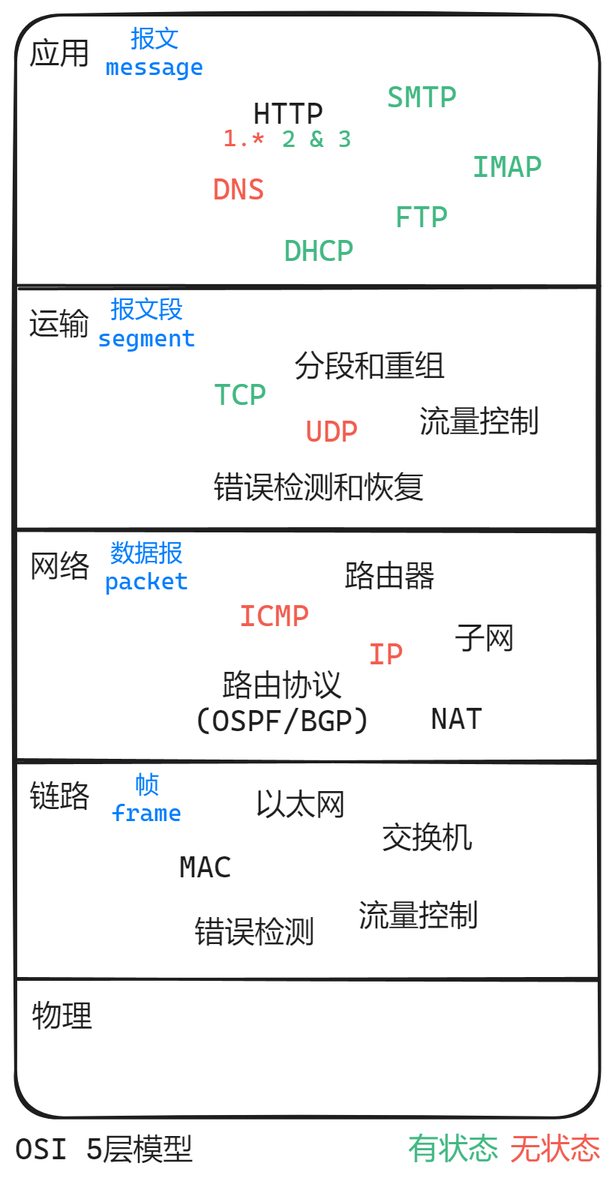
Above: Computer Networking/OSI 5层模型.png in Somnia1337/ExcaliDrawing (Excalidraw), before the change. Source tidied: one line per element, renumbered; positions are measured from the earlier drawing's top-left corner, leaving out a move shared by most shapes.
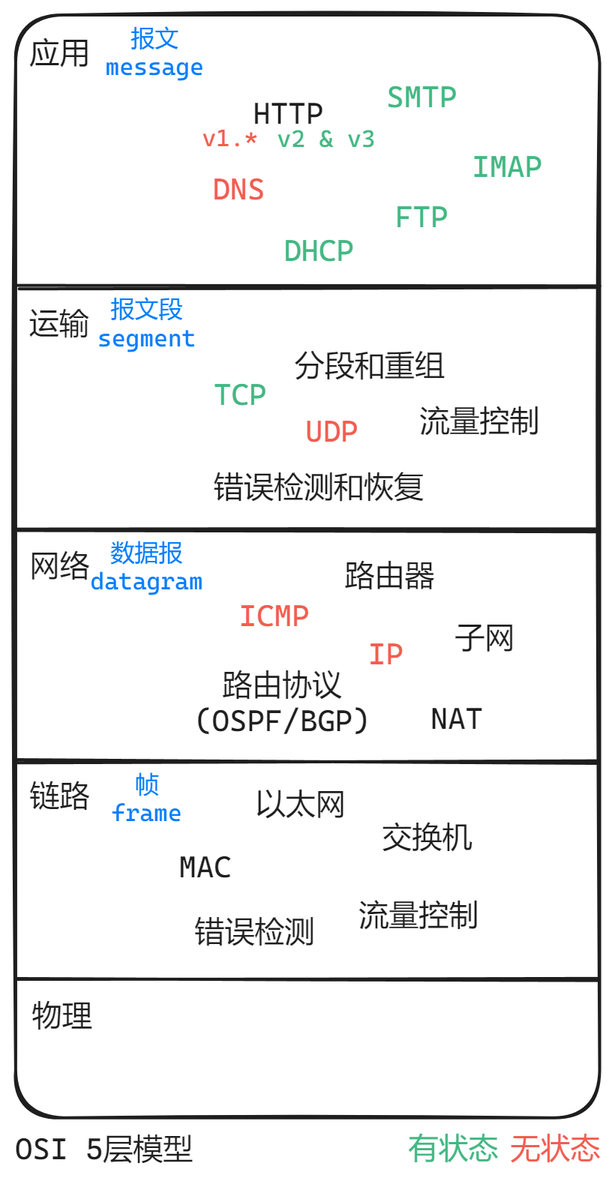
After the commit.

The edit, as a diff of the source:
```diff
@@ -14,7 +14,7 @@
 {"id": 13, "type": "text", "text": "帧\nframe", "strokeColor": "#027dfd", "strokeWidth": 2, "roughness": 1, "fontSize": 16, "fontFamily": 3, "textAlign": "center", "x": 64, "y": 503, "width": 47, "height": 38}
 {"id": 14, "type": "text", "text": "错误检测", "strokeColor": "#1e1e1e", "strokeWidth": 2, "roughness": 1, "fontSize": 20, "fontFamily": 3, "textAlign": "center", "x": 120, "y": 599, "width": 80, "height": 24}
 {"id": 15, "type": "text", "text": "流量控制", "strokeColor": "#1e1e1e", "strokeWidth": 2, "roughness": 1, "fontSize": 20, "fontFamily": 3, "textAlign": "center", "x": 229, "y": 588, "width": 80, "height": 24}
-{"id": 16, "type": "text", "text": "数据报\npacket", "strokeColor": "#027dfd", "strokeWidth": 2, "roughness": 1, "fontSize": 16, "fontFamily": 3, "textAlign": "center", "x": 60, "y": 348, "width": 56, "height": 38}
+{"id": 16, "type": "text", "text": "数据报\ndatagram", "strokeColor": "#027dfd", "strokeWidth": 2, "roughness": 1, "fontSize": 16, "fontFamily": 3, "textAlign": "center", "x": 50, "y": 348, "width": 75, "height": 38}
 {"id": 17, "type": "text", "text": "IP", "strokeColor": "#f25d50", "strokeWidth": 2, "roughness": 1, "fontSize": 20, "fontFamily": 3, "textAlign": "center", "x": 235, "y": 414, "width": 23, "height": 24}
 {"id": 18, "type": "text", "text": "NAT", "strokeColor": "#1e1e1e", "strokeWidth": 2, "roughness": 1, "fontSize": 20, "fontFamily": 3, "textAlign": "center", "x": 277, "y": 457, "width": 35, "height": 24}
 {"id": 19, "type": "text", "text": "路由协议\n(OSPF/BGP)", "strokeColor": "#1e1e1e", "strokeWidth": 2, "roughness": 1, "fontSize": 20, "fontFamily": 3, "textAlign": "center", "x": 120, "y": 434, "width": 117, "height": 48}
@@ -34,8 +34,8 @@
 {"id": 33, "type": "text", "text": "DNS", "strokeColor": "#f25d50", "strokeWidth": 2, "roughness": 1, "fontSize": 20, "fontFamily": 3, "textAlign": "center", "x": 132, "y": 104, "width": 35, "height": 24}
 {"id": 34, "type": "text", "text": "DHCP", "strokeColor": "#42b883", "strokeWidth": 2, "roughness": 1, "fontSize": 20, "fontFamily": 3, "textAlign": "center", "x": 179, "y": 145, "width": 47, "height": 24}
 {"id": 35, "type": "text", "text": "IMAP", "strokeColor": "#42b883", "strokeWidth": 2, "roughness": 1, "fontSize": 20, "fontFamily": 3, "x": 305, "y": 89, "width": 47, "height": 24}
-{"id": 36, "type": "text", "text": "1.*", "strokeColor": "#f25d50", "strokeWidth": 2, "roughness": 1, "fontSize": 16, "fontFamily": 3, "x": 139, "y": 72, "width": 28, "height": 19}
+{"id": 36, "type": "text", "text": "v1.*", "strokeColor": "#f25d50", "strokeWidth": 2, "roughness": 1, "fontSize": 16, "fontFamily": 3, "x": 125, "y": 72, "width": 38, "height": 19}
-{"id": 37, "type": "text", "text": "2 & 3", "strokeColor": "#42b883", "strokeWidth": 2, "roughness": 1, "fontSize": 16, "fontFamily": 3, "x": 178, "y": 73, "width": 47, "height": 19}
+{"id": 37, "type": "text", "text": "v2 & v3", "strokeColor": "#42b883", "strokeWidth": 2, "roughness": 1, "fontSize": 16, "fontFamily": 3, "x": 175, "y": 73, "width": 66, "height": 19}
 {"id": 38, "type": "text", "text": "ICMP", "strokeColor": "#f25d50", "strokeWidth": 2, "roughness": 1, "fontSize": 20, "fontFamily": 3, "x": 149, "y": 388, "width": 47, "height": 24}
 {"id": 39, "type": "text", "text": "有状态", "strokeColor": "#42b883", "strokeWidth": 2, "roughness": 1, "fontSize": 20, "fontFamily": 3, "x": 262, "y": 743, "width": 60, "height": 24}
 {"id": 40, "type": "text", "text": "无状态", "strokeColor": "#f25d50", "strokeWidth": 2, "roughness": 1, "fontSize": 20, "fontFamily": 3, "x": 330, "y": 743, "width": 60, "height": 24}
```
